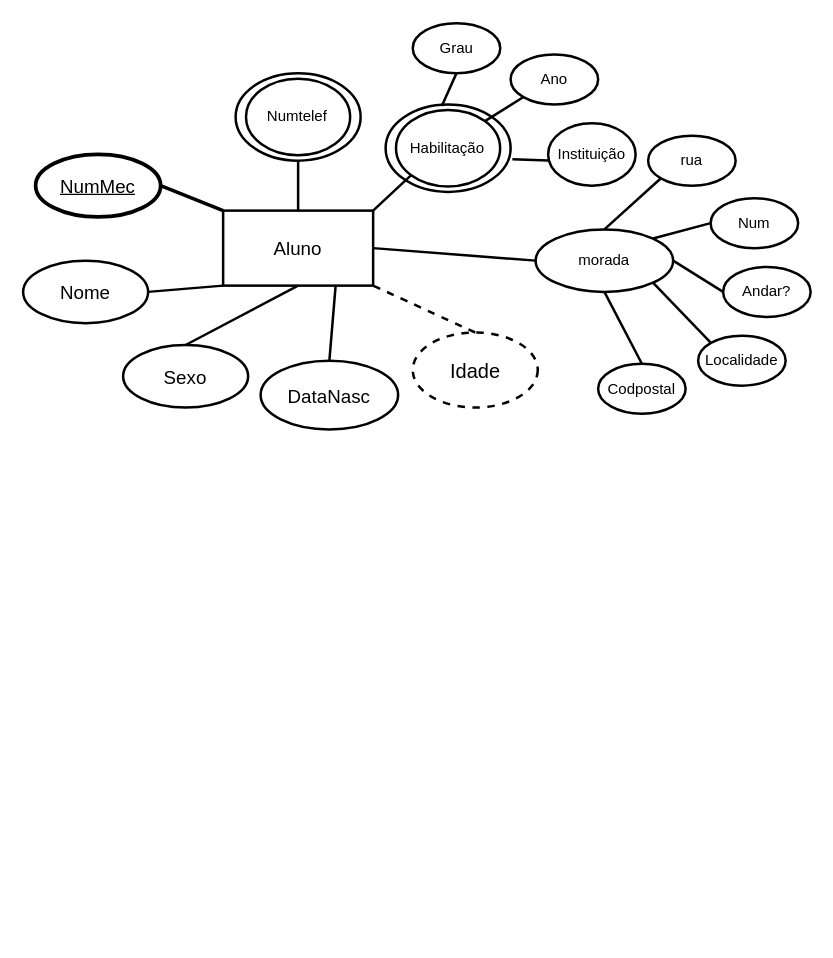
Before: Diagrama sem nome.drawio in sc6as/diagrama_escolar.drawio, a draw.io diagram. Source tidied: cells renumbered, new cells numbered last; positions are measured from the earlier drawing's top-left corner, leaving out a move shared by most shapes. Both pictures are drawn from the tidied source at 125%, with x=0, y=0 at pixel (22, 22).
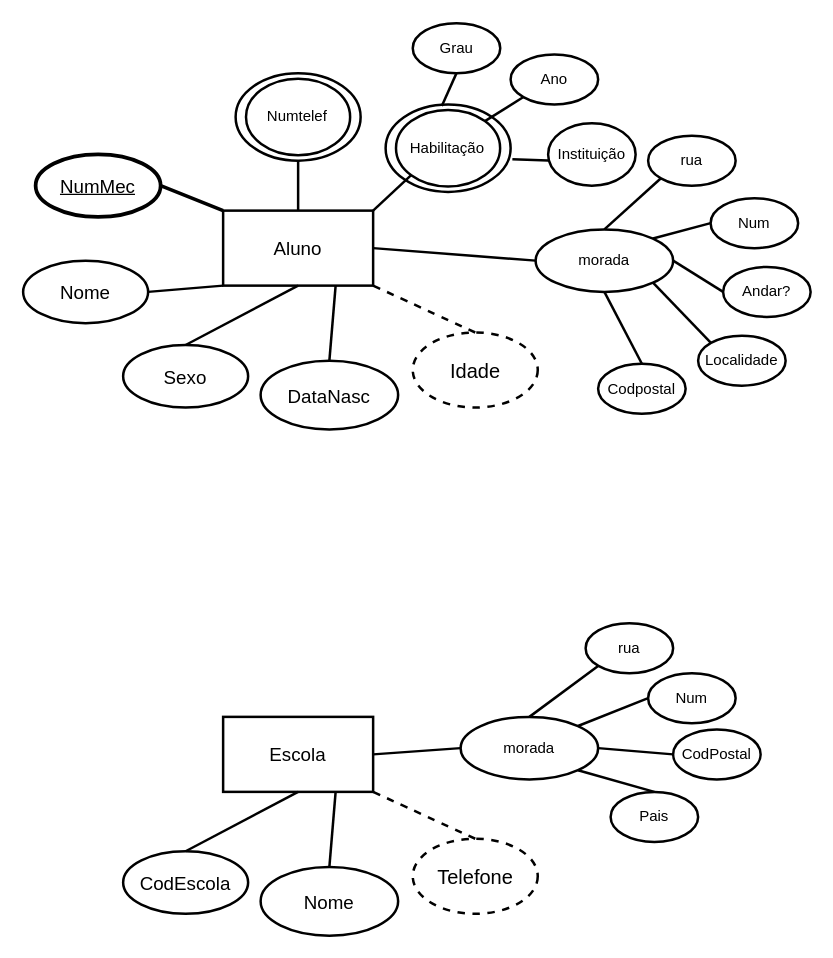
After the change.

The edit, as a diff of the source:
```diff
@@
+    <mxCell id="42" value="&lt;span style=&quot;font-size: 15px;&quot;&gt;Escola&lt;/span&gt;" style="rounded=0;whiteSpace=wrap;html=1;strokeWidth=2;" parent="1" vertex="1">
+      <mxGeometry x="160" y="555" width="120" height="60" as="geometry" />
+    </mxCell>
+    <mxCell id="43" value="&lt;font style=&quot;font-size: 15px;&quot;&gt;Nome&lt;/font&gt;" style="ellipse;whiteSpace=wrap;html=1;strokeWidth=2;" parent="1" vertex="1">
+      <mxGeometry x="190" y="675" width="110" height="55" as="geometry" />
+    </mxCell>
+    <mxCell id="44" value="&lt;font style=&quot;font-size: 15px;&quot;&gt;CodEscola&lt;/font&gt;" style="ellipse;whiteSpace=wrap;html=1;strokeWidth=2;" parent="1" vertex="1">
+      <mxGeometry x="80" y="662.5" width="100" height="50" as="geometry" />
+    </mxCell>
+    <mxCell id="45" style="endArrow=none;html=1;rounded=0;fontSize=12;startSize=8;endSize=8;curved=1;entryX=0.5;entryY=1;entryDx=0;entryDy=0;exitX=0.5;exitY=0;exitDx=0;exitDy=0;strokeWidth=2;" parent="1" edge="1" source="44" target="42">
+      <mxGeometry relative="1" as="geometry" />
+    </mxCell>
+    <mxCell id="46" style="endArrow=none;html=1;rounded=0;fontSize=12;startSize=8;endSize=8;curved=1;entryX=0.75;entryY=1;entryDx=0;entryDy=0;exitX=0.5;exitY=0;exitDx=0;exitDy=0;strokeWidth=2;" parent="1" edge="1" source="43" target="42">
+      <mxGeometry relative="1" as="geometry" />
+    </mxCell>
+    <mxCell id="47" style="edgeStyle=none;curved=1;rounded=0;orthogonalLoop=1;jettySize=auto;html=1;exitX=0;exitY=0;exitDx=0;exitDy=0;fontSize=12;startSize=8;endSize=8;" parent="1" edge="1" source="43" target="43">
+      <mxGeometry relative="1" as="geometry" />
+    </mxCell>
+    <mxCell id="48" value="morada" style="ellipse;whiteSpace=wrap;html=1;strokeWidth=2;" parent="1" vertex="1">
+      <mxGeometry x="350" y="555" width="110" height="50" as="geometry" />
+    </mxCell>
+    <mxCell id="49" style="endArrow=none;html=1;rounded=0;fontSize=12;startSize=8;endSize=8;curved=1;entryX=0;entryY=0.5;entryDx=0;entryDy=0;exitX=1;exitY=0.5;exitDx=0;exitDy=0;strokeWidth=2;" parent="1" edge="1" source="42" target="48">
+      <mxGeometry relative="1" as="geometry" />
+    </mxCell>
+    <mxCell id="50" value="rua" style="ellipse;whiteSpace=wrap;html=1;strokeWidth=2;" parent="1" vertex="1">
+      <mxGeometry x="450" y="480" width="70" height="40" as="geometry" />
+    </mxCell>
+    <mxCell id="51" value="Num" style="ellipse;whiteSpace=wrap;html=1;strokeWidth=2;" parent="1" vertex="1">
+      <mxGeometry x="500" y="520" width="70" height="40" as="geometry" />
+    </mxCell>
+    <mxCell id="52" value="CodPostal" style="ellipse;whiteSpace=wrap;html=1;strokeWidth=2;" parent="1" vertex="1">
+      <mxGeometry x="520" y="565" width="70" height="40" as="geometry" />
+    </mxCell>
+    <mxCell id="53" value="Pais" style="ellipse;whiteSpace=wrap;html=1;strokeWidth=2;" parent="1" vertex="1">
+      <mxGeometry x="470" y="615" width="70" height="40" as="geometry" />
+    </mxCell>
+    <mxCell id="54" style="endArrow=none;html=1;rounded=0;fontSize=12;startSize=8;endSize=8;curved=1;entryX=0;entryY=1;entryDx=0;entryDy=0;exitX=0.5;exitY=0;exitDx=0;exitDy=0;strokeWidth=2;" parent="1" edge="1" source="48" target="50">
+      <mxGeometry relative="1" as="geometry" />
+    </mxCell>
+    <mxCell id="55" style="endArrow=none;html=1;rounded=0;fontSize=12;startSize=8;endSize=8;curved=1;entryX=0;entryY=0.5;entryDx=0;entryDy=0;exitX=1;exitY=0;exitDx=0;exitDy=0;strokeWidth=2;" parent="1" edge="1" source="48" target="51">
+      <mxGeometry relative="1" as="geometry" />
+    </mxCell>
+    <mxCell id="56" style="endArrow=none;html=1;rounded=0;fontSize=12;startSize=8;endSize=8;curved=1;entryX=0;entryY=0.5;entryDx=0;entryDy=0;exitX=1;exitY=0.5;exitDx=0;exitDy=0;strokeWidth=2;" parent="1" edge="1" source="48" target="52">
+      <mxGeometry relative="1" as="geometry" />
+    </mxCell>
+    <mxCell id="57" style="endArrow=none;html=1;rounded=0;fontSize=12;startSize=8;endSize=8;curved=1;entryX=0.5;entryY=0;entryDx=0;entryDy=0;exitX=1;exitY=1;exitDx=0;exitDy=0;strokeWidth=2;" parent="1" edge="1" source="48" target="53">
+      <mxGeometry relative="1" as="geometry" />
+    </mxCell>
+    <mxCell id="58" value="&lt;font style=&quot;font-size: 16px;&quot;&gt;Telefone&lt;/font&gt;" style="ellipse;whiteSpace=wrap;html=1;dashed=1;strokeWidth=2;" parent="1" vertex="1">
+      <mxGeometry x="311.7" y="652.5" width="100" height="60" as="geometry" />
+    </mxCell>
+    <mxCell id="59" style="endArrow=none;html=1;rounded=0;fontSize=12;startSize=8;endSize=8;curved=1;exitX=0.5;exitY=0;exitDx=0;exitDy=0;entryX=1;entryY=1;entryDx=0;entryDy=0;dashed=1;strokeWidth=2;" parent="1" edge="1" source="58" target="42">
+      <mxGeometry relative="1" as="geometry" />
+    </mxCell>
```
